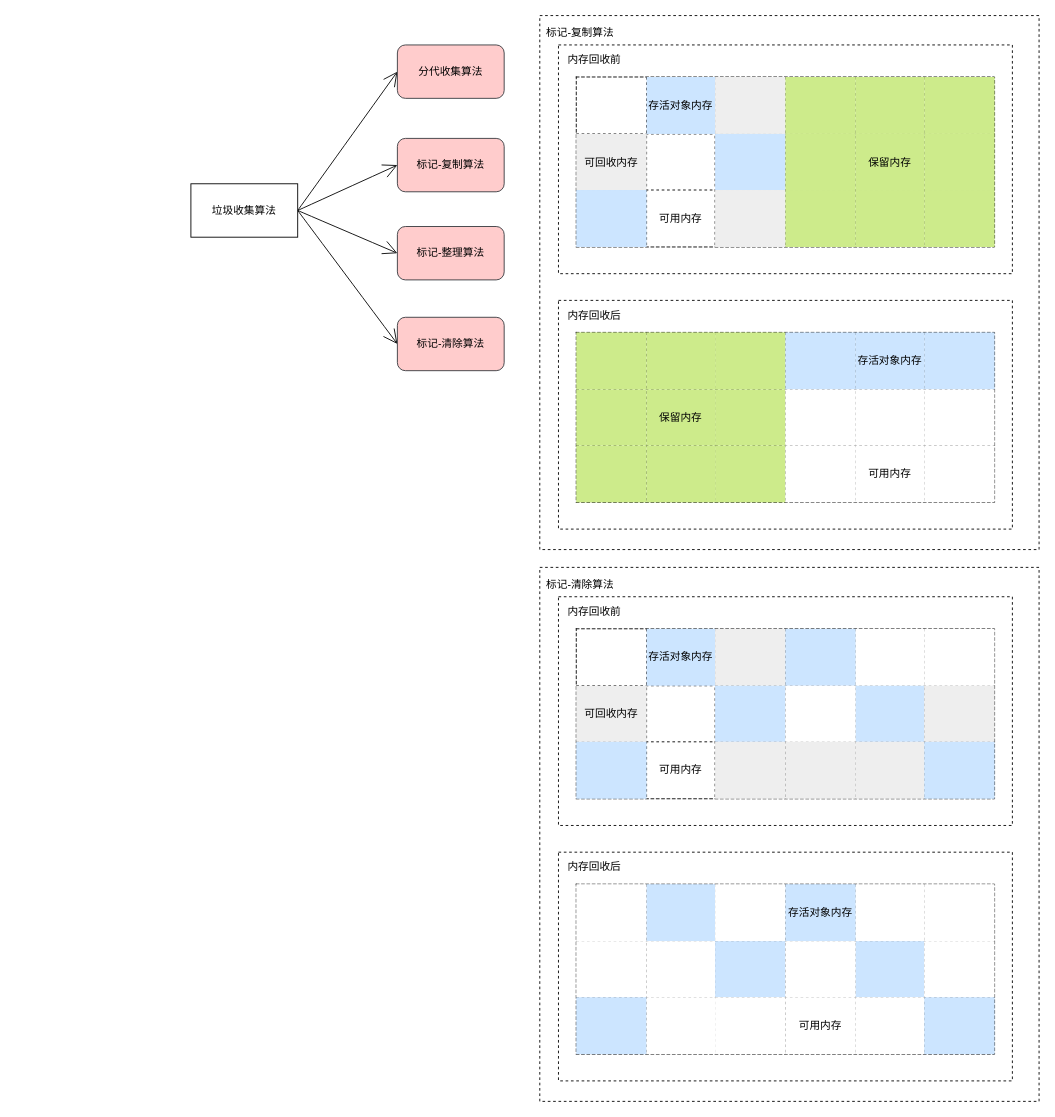
Earlier version of the draw.io diagram learn/JVM垃圾收集算法.drawio (Leo-Lee-j/sketch). Source tidied: cells renumbered, new cells numbered last; positions are measured from the earlier drawing's top-left corner, leaving out a move shared by most shapes. Both pictures are drawn from the tidied source at 89%, with x=0, y=0 at pixel (190, 15).
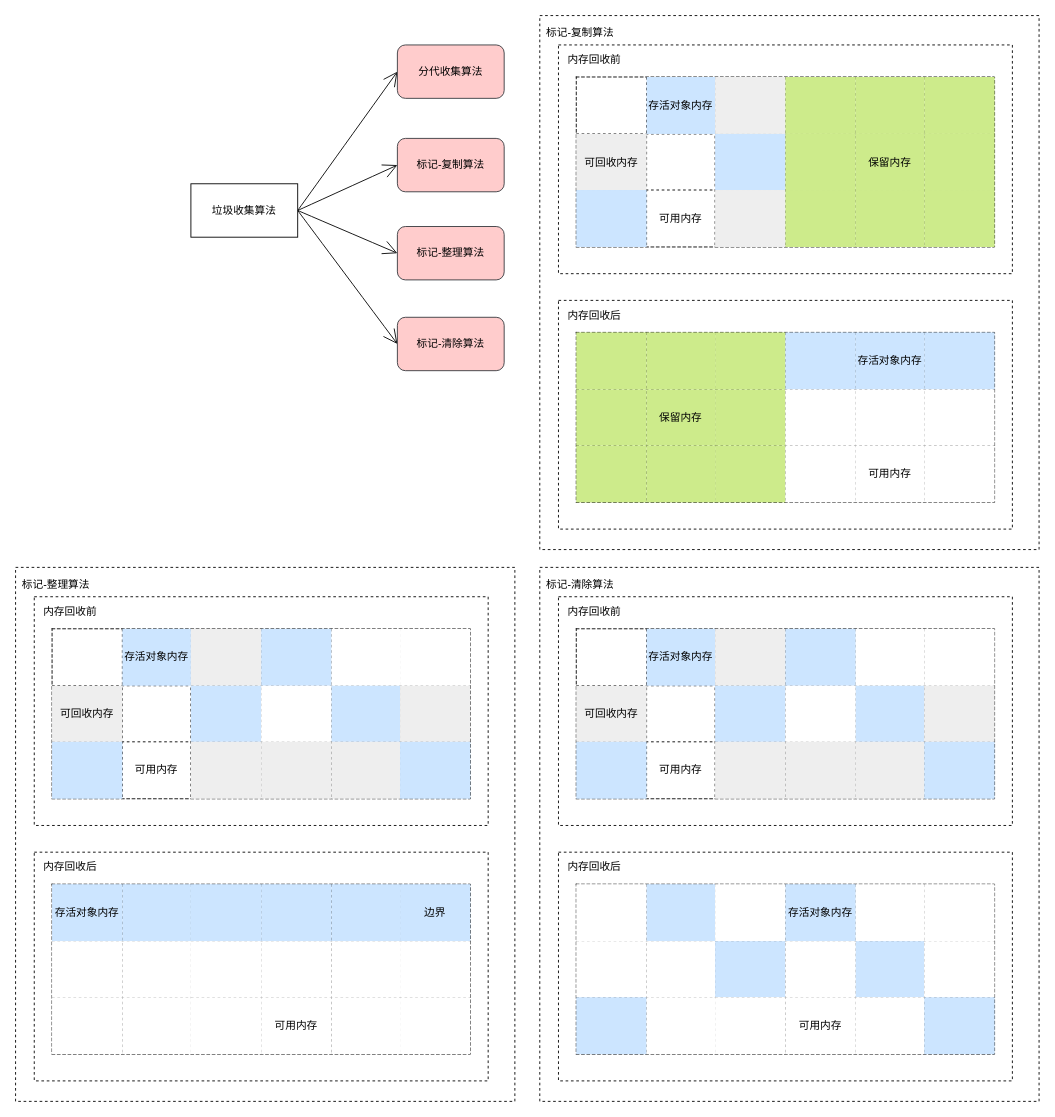
The same page after the edit.

Commit message (it also covers changes not shown here):
更新JVM垃圾收集算法.drawio

Diff of the diagram source:
```diff
@@
+    <mxCell id="111" style="rounded=0;whiteSpace=wrap;html=1;dashed=1;hachureGap=4;" parent="1" vertex="1">
+      <mxGeometry x="-197" y="620" width="561" height="600" as="geometry" />
+    </mxCell>
+    <mxCell id="112" style="rounded=0;whiteSpace=wrap;html=1;hachureGap=4;dashed=1;" parent="1" vertex="1">
+      <mxGeometry x="-176" y="653" width="510" height="257" as="geometry" />
+    </mxCell>
+    <mxCell id="113" value="内存回收前" style="text;html=1;align=center;verticalAlign=middle;strokeColor=none;fillColor=none;dashed=1;hachureGap=4;" parent="1" vertex="1">
+      <mxGeometry x="-176" y="660" width="80" height="20" as="geometry" />
+    </mxCell>
+    <mxCell id="114" style="shape=table;startSize=0;childLayout=tableLayout;dashed=1;hachureGap=4;" parent="1" vertex="1">
+      <mxGeometry x="-156" y="689" width="470" height="191" as="geometry" />
+    </mxCell>
+    <mxCell id="115" style="shape=tableRow;horizontal=0;startSize=0;swimlaneHead=0;swimlaneBody=0;top=0;left=0;bottom=0;right=0;fillColor=none;dashed=1;hachureGap=4;" parent="114" vertex="1">
+      <mxGeometry width="470" height="64" as="geometry" />
+    </mxCell>
+    <mxCell id="116" style="shape=partialRectangle;html=1;whiteSpace=wrap;overflow=hidden;fillColor=none;top=0;left=0;bottom=0;right=0;dashed=1;hachureGap=4;" parent="115" vertex="1">
+      <mxGeometry width="79" height="64" as="geometry" />
+    </mxCell>
+    <mxCell id="117" value="存活对象内存" style="shape=partialRectangle;html=1;whiteSpace=wrap;overflow=hidden;fillColor=#cce5ff;top=0;left=0;bottom=0;right=0;dashed=1;hachureGap=4;strokeColor=#36393d;" parent="115" vertex="1">
+      <mxGeometry x="79" width="77" height="64" as="geometry" />
+    </mxCell>
+    <mxCell id="118" style="shape=partialRectangle;html=1;whiteSpace=wrap;overflow=hidden;fillColor=#eeeeee;top=0;left=0;bottom=0;right=0;dashed=1;hachureGap=4;strokeColor=#36393d;" parent="115" vertex="1">
+      <mxGeometry x="156" width="79" height="64" as="geometry" />
+    </mxCell>
+    <mxCell id="119" style="shape=partialRectangle;html=1;whiteSpace=wrap;overflow=hidden;fillColor=#cce5ff;top=0;left=0;bottom=0;right=0;dashed=1;hachureGap=4;strokeColor=#36393d;" parent="115" vertex="1">
+      <mxGeometry x="235" width="79" height="64" as="geometry" />
+    </mxCell>
+    <mxCell id="120" style="shape=partialRectangle;html=1;whiteSpace=wrap;overflow=hidden;top=0;left=0;bottom=0;right=0;dashed=1;hachureGap=4;" parent="115" vertex="1">
+      <mxGeometry x="314" width="77" height="64" as="geometry" />
+    </mxCell>
+    <mxCell id="121" style="shape=partialRectangle;html=1;whiteSpace=wrap;overflow=hidden;top=0;left=0;bottom=0;right=0;dashed=1;hachureGap=4;" parent="115" vertex="1">
+      <mxGeometry x="391" width="79" height="64" as="geometry" />
+    </mxCell>
+    <mxCell id="122" style="shape=tableRow;horizontal=0;startSize=0;swimlaneHead=0;swimlaneBody=0;top=0;left=0;bottom=0;right=0;fillColor=none;dashed=1;hachureGap=4;" parent="114" vertex="1">
+      <mxGeometry y="64" width="470" height="63" as="geometry" />
+    </mxCell>
+    <mxCell id="123" value="可回收内存" style="shape=partialRectangle;html=1;whiteSpace=wrap;overflow=hidden;fillColor=#eeeeee;top=0;left=0;bottom=0;right=0;dashed=1;hachureGap=4;strokeColor=#36393d;" parent="122" vertex="1">
+      <mxGeometry width="79" height="63" as="geometry" />
+    </mxCell>
+    <mxCell id="124" style="shape=partialRectangle;html=1;whiteSpace=wrap;overflow=hidden;fillColor=none;top=0;left=0;bottom=0;right=0;dashed=1;hachureGap=4;" parent="122" vertex="1">
+      <mxGeometry x="79" width="77" height="63" as="geometry" />
+    </mxCell>
+    <mxCell id="125" style="shape=partialRectangle;html=1;whiteSpace=wrap;overflow=hidden;fillColor=#cce5ff;top=0;left=0;bottom=0;right=0;dashed=1;hachureGap=4;strokeColor=#36393d;" parent="122" vertex="1">
+      <mxGeometry x="156" width="79" height="63" as="geometry" />
+    </mxCell>
+    <mxCell id="126" style="shape=partialRectangle;html=1;whiteSpace=wrap;overflow=hidden;top=0;left=0;bottom=0;right=0;dashed=1;hachureGap=4;" parent="122" vertex="1">
+      <mxGeometry x="235" width="79" height="63" as="geometry" />
+    </mxCell>
+    <mxCell id="127" style="shape=partialRectangle;html=1;whiteSpace=wrap;overflow=hidden;fillColor=#cce5ff;top=0;left=0;bottom=0;right=0;dashed=1;hachureGap=4;strokeColor=#36393d;" parent="122" vertex="1">
+      <mxGeometry x="314" width="77" height="63" as="geometry" />
+    </mxCell>
+    <mxCell id="128" style="shape=partialRectangle;html=1;whiteSpace=wrap;overflow=hidden;fillColor=#eeeeee;top=0;left=0;bottom=0;right=0;dashed=1;hachureGap=4;strokeColor=#36393d;" parent="122" vertex="1">
+      <mxGeometry x="391" width="79" height="63" as="geometry" />
+    </mxCell>
+    <mxCell id="129" style="shape=tableRow;horizontal=0;startSize=0;swimlaneHead=0;swimlaneBody=0;top=0;left=0;bottom=0;right=0;fillColor=none;dashed=1;hachureGap=4;" parent="114" vertex="1">
+      <mxGeometry y="127" width="470" height="64" as="geometry" />
+    </mxCell>
+    <mxCell id="130" style="shape=partialRectangle;html=1;whiteSpace=wrap;overflow=hidden;fillColor=#cce5ff;top=0;left=0;bottom=0;right=0;dashed=1;hachureGap=4;strokeColor=#36393d;" parent="129" vertex="1">
+      <mxGeometry width="79" height="64" as="geometry" />
+    </mxCell>
+    <mxCell id="131" value="可用内存" style="shape=partialRectangle;html=1;whiteSpace=wrap;overflow=hidden;fillColor=none;top=0;left=0;bottom=0;right=0;dashed=1;hachureGap=4;" parent="129" vertex="1">
+      <mxGeometry x="79" width="77" height="64" as="geometry" />
+    </mxCell>
+    <mxCell id="132" style="shape=partialRectangle;html=1;whiteSpace=wrap;overflow=hidden;fillColor=#eeeeee;top=0;left=0;bottom=0;right=0;dashed=1;hachureGap=4;strokeColor=#36393d;" parent="129" vertex="1">
+      <mxGeometry x="156" width="79" height="64" as="geometry" />
+    </mxCell>
+    <mxCell id="133" style="shape=partialRectangle;html=1;whiteSpace=wrap;overflow=hidden;fillColor=#eeeeee;top=0;left=0;bottom=0;right=0;dashed=1;hachureGap=4;strokeColor=#36393d;" parent="129" vertex="1">
+      <mxGeometry x="235" width="79" height="64" as="geometry" />
+    </mxCell>
+    <mxCell id="134" style="shape=partialRectangle;html=1;whiteSpace=wrap;overflow=hidden;fillColor=#eeeeee;top=0;left=0;bottom=0;right=0;dashed=1;hachureGap=4;strokeColor=#36393d;" parent="129" vertex="1">
+      <mxGeometry x="314" width="77" height="64" as="geometry" />
+    </mxCell>
+    <mxCell id="135" style="shape=partialRectangle;html=1;whiteSpace=wrap;overflow=hidden;fillColor=#cce5ff;top=0;left=0;bottom=0;right=0;dashed=1;hachureGap=4;strokeColor=#36393d;" parent="129" vertex="1">
+      <mxGeometry x="391" width="79" height="64" as="geometry" />
+    </mxCell>
+    <mxCell id="136" style="rounded=0;whiteSpace=wrap;html=1;hachureGap=4;dashed=1;" parent="1" vertex="1">
+      <mxGeometry x="-176" y="940" width="510" height="257" as="geometry" />
+    </mxCell>
+    <mxCell id="137" value="内存回收后" style="text;html=1;align=center;verticalAlign=middle;strokeColor=none;fillColor=none;dashed=1;hachureGap=4;" parent="1" vertex="1">
+      <mxGeometry x="-176" y="947" width="80" height="20" as="geometry" />
+    </mxCell>
+    <mxCell id="138" style="shape=table;startSize=0;childLayout=tableLayout;dashed=1;hachureGap=4;" parent="1" vertex="1">
+      <mxGeometry x="-156" y="976" width="470" height="191" as="geometry" />
+    </mxCell>
+    <mxCell id="139" style="shape=tableRow;horizontal=0;startSize=0;swimlaneHead=0;swimlaneBody=0;top=0;left=0;bottom=0;right=0;fillColor=none;dashed=1;hachureGap=4;" parent="138" vertex="1">
+      <mxGeometry width="470" height="64" as="geometry" />
+    </mxCell>
+    <mxCell id="140" value="&lt;span&gt;存活对象内存&lt;/span&gt;" style="shape=partialRectangle;html=1;whiteSpace=wrap;overflow=hidden;top=0;left=0;bottom=0;right=0;dashed=1;hachureGap=4;fillColor=#cce5ff;strokeColor=#36393d;" parent="139" vertex="1">
+      <mxGeometry width="79" height="64" as="geometry" />
+    </mxCell>
+    <mxCell id="141" style="shape=partialRectangle;html=1;whiteSpace=wrap;overflow=hidden;fillColor=#cce5ff;top=0;left=0;bottom=0;right=0;dashed=1;hachureGap=4;strokeColor=#36393d;" parent="139" vertex="1">
+      <mxGeometry x="79" width="77" height="64" as="geometry" />
+    </mxCell>
+    <mxCell id="142" style="shape=partialRectangle;html=1;whiteSpace=wrap;overflow=hidden;top=0;left=0;bottom=0;right=0;dashed=1;hachureGap=4;fillColor=#cce5ff;strokeColor=#36393d;" parent="139" vertex="1">
+      <mxGeometry x="156" width="79" height="64" as="geometry" />
+    </mxCell>
+    <mxCell id="143" style="shape=partialRectangle;html=1;whiteSpace=wrap;overflow=hidden;top=0;left=0;bottom=0;right=0;dashed=1;hachureGap=4;fillColor=#cce5ff;strokeColor=#36393d;" parent="139" vertex="1">
+      <mxGeometry x="235" width="79" height="64" as="geometry" />
+    </mxCell>
+    <mxCell id="144" style="shape=partialRectangle;html=1;whiteSpace=wrap;overflow=hidden;top=0;left=0;bottom=0;right=0;dashed=1;hachureGap=4;fillColor=#cce5ff;strokeColor=#36393d;" parent="139" vertex="1">
+      <mxGeometry x="314" width="77" height="64" as="geometry" />
+    </mxCell>
+    <mxCell id="145" value="边界" style="shape=partialRectangle;html=1;whiteSpace=wrap;overflow=hidden;top=0;left=0;bottom=0;right=0;dashed=1;hachureGap=4;fillColor=#cce5ff;strokeColor=#36393d;" parent="139" vertex="1">
+      <mxGeometry x="391" width="79" height="64" as="geometry" />
+    </mxCell>
+    <mxCell id="146" style="shape=tableRow;horizontal=0;startSize=0;swimlaneHead=0;swimlaneBody=0;top=0;left=0;bottom=0;right=0;fillColor=none;dashed=1;hachureGap=4;" parent="138" vertex="1">
+      <mxGeometry y="64" width="470" height="63" as="geometry" />
+    </mxCell>
+    <mxCell id="147" style="shape=partialRectangle;html=1;whiteSpace=wrap;overflow=hidden;top=0;left=0;bottom=0;right=0;dashed=1;hachureGap=4;" parent="146" vertex="1">
+      <mxGeometry width="79" height="63" as="geometry" />
+    </mxCell>
+    <mxCell id="148" style="shape=partialRectangle;html=1;whiteSpace=wrap;overflow=hidden;top=0;left=0;bottom=0;right=0;dashed=1;hachureGap=4;" parent="146" vertex="1">
+      <mxGeometry x="79" width="77" height="63" as="geometry" />
+    </mxCell>
+    <mxCell id="149" style="shape=partialRectangle;html=1;whiteSpace=wrap;overflow=hidden;top=0;left=0;bottom=0;right=0;dashed=1;hachureGap=4;" parent="146" vertex="1">
+      <mxGeometry x="156" width="79" height="63" as="geometry" />
+    </mxCell>
+    <mxCell id="150" style="shape=partialRectangle;html=1;whiteSpace=wrap;overflow=hidden;top=0;left=0;bottom=0;right=0;dashed=1;hachureGap=4;" parent="146" vertex="1">
+      <mxGeometry x="235" width="79" height="63" as="geometry" />
+    </mxCell>
+    <mxCell id="151" style="shape=partialRectangle;html=1;whiteSpace=wrap;overflow=hidden;top=0;left=0;bottom=0;right=0;dashed=1;hachureGap=4;" parent="146" vertex="1">
+      <mxGeometry x="314" width="77" height="63" as="geometry" />
+    </mxCell>
+    <mxCell id="152" style="shape=partialRectangle;html=1;whiteSpace=wrap;overflow=hidden;top=0;left=0;bottom=0;right=0;dashed=1;hachureGap=4;" parent="146" vertex="1">
+      <mxGeometry x="391" width="79" height="63" as="geometry" />
+    </mxCell>
+    <mxCell id="153" style="shape=tableRow;horizontal=0;startSize=0;swimlaneHead=0;swimlaneBody=0;top=0;left=0;bottom=0;right=0;fillColor=none;dashed=1;hachureGap=4;" parent="138" vertex="1">
+      <mxGeometry y="127" width="470" height="64" as="geometry" />
+    </mxCell>
+    <mxCell id="154" style="shape=partialRectangle;html=1;whiteSpace=wrap;overflow=hidden;top=0;left=0;bottom=0;right=0;dashed=1;hachureGap=4;" parent="153" vertex="1">
+      <mxGeometry width="79" height="64" as="geometry" />
+    </mxCell>
+    <mxCell id="155" style="shape=partialRectangle;html=1;whiteSpace=wrap;overflow=hidden;top=0;left=0;bottom=0;right=0;dashed=1;hachureGap=4;" parent="153" vertex="1">
+      <mxGeometry x="79" width="77" height="64" as="geometry" />
+    </mxCell>
+    <mxCell id="156" style="shape=partialRectangle;html=1;whiteSpace=wrap;overflow=hidden;top=0;left=0;bottom=0;right=0;dashed=1;hachureGap=4;" parent="153" vertex="1">
+      <mxGeometry x="156" width="79" height="64" as="geometry" />
+    </mxCell>
+    <mxCell id="157" value="&lt;span&gt;可用内存&lt;/span&gt;" style="shape=partialRectangle;html=1;whiteSpace=wrap;overflow=hidden;top=0;left=0;bottom=0;right=0;dashed=1;hachureGap=4;" parent="153" vertex="1">
+      <mxGeometry x="235" width="79" height="64" as="geometry" />
+    </mxCell>
+    <mxCell id="158" style="shape=partialRectangle;html=1;whiteSpace=wrap;overflow=hidden;top=0;left=0;bottom=0;right=0;dashed=1;hachureGap=4;" parent="153" vertex="1">
+      <mxGeometry x="314" width="77" height="64" as="geometry" />
+    </mxCell>
+    <mxCell id="159" style="shape=partialRectangle;html=1;whiteSpace=wrap;overflow=hidden;top=0;left=0;bottom=0;right=0;dashed=1;hachureGap=4;" parent="153" vertex="1">
+      <mxGeometry x="391" width="79" height="64" as="geometry" />
+    </mxCell>
+    <mxCell id="160" value="标记-整理算法" style="text;html=1;align=center;verticalAlign=middle;strokeColor=none;fillColor=none;dashed=1;hachureGap=4;" parent="1" vertex="1">
+      <mxGeometry x="-197" y="630" width="90" height="20" as="geometry" />
+    </mxCell>
```
